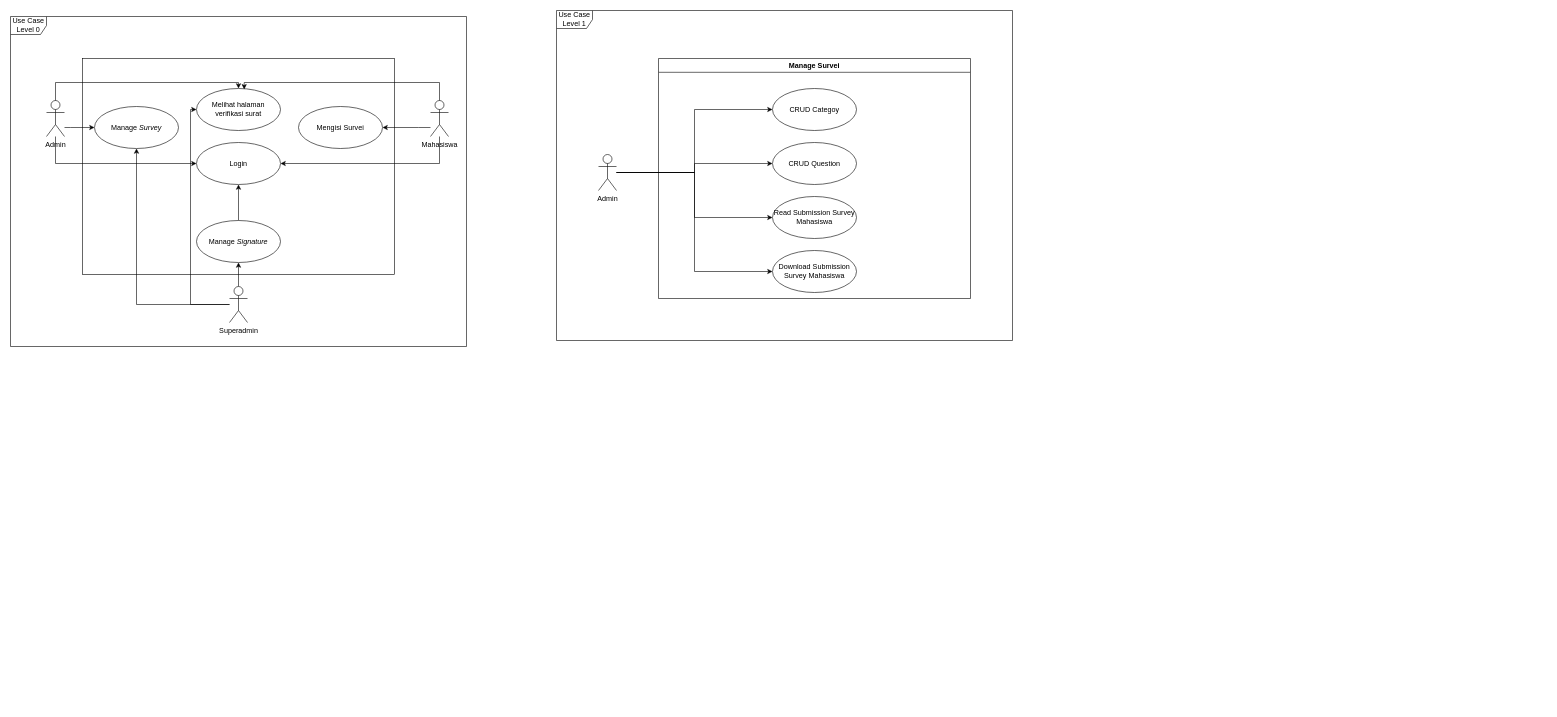
This is Use Case Diagram LISA.drawio from Adamyr159/Adamyr159, a draw.io file, before an edit. Source tidied: cells renumbered, new cells numbered last; positions are measured from the earlier drawing's top-left corner, leaving out a move shared by most shapes. Both pictures are drawn from the tidied source at 60%, with x=0, y=0 at pixel (10, 10).
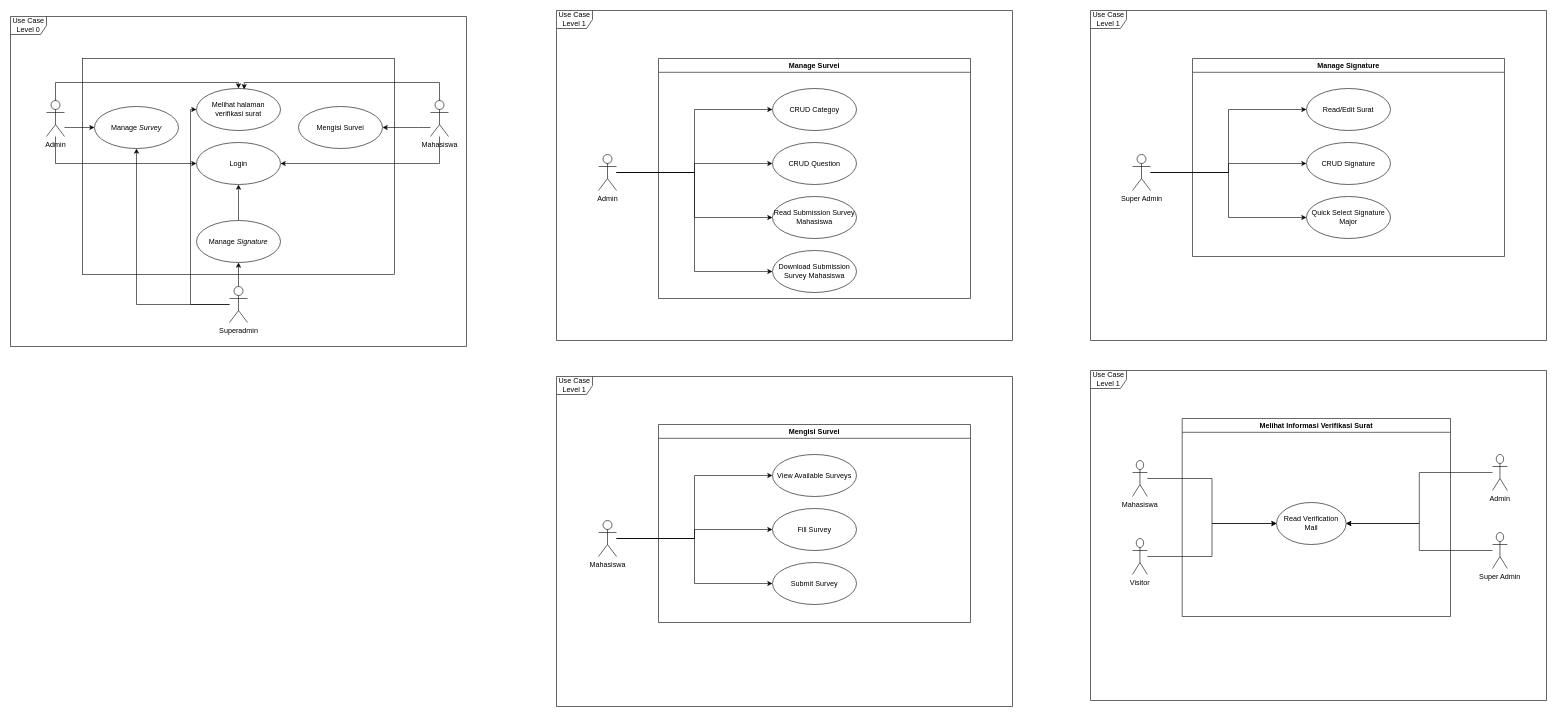
After the change.

The change refers to these unchanged cells:
```xml
<mxCell id="29" value="CRUD Categoy" style="ellipse;whiteSpace=wrap;html=1;" parent="28" vertex="1">
  <mxGeometry x="190" y="50" width="140" height="70" as="geometry" />
</mxCell>
<mxCell id="30" value="CRUD Question" style="ellipse;whiteSpace=wrap;html=1;" parent="28" vertex="1">
  <mxGeometry x="190" y="140" width="140" height="70" as="geometry" />
</mxCell>
<mxCell id="31" value="Read Submission Survey Mahasiswa" style="ellipse;whiteSpace=wrap;html=1;" parent="28" vertex="1">
  <mxGeometry x="190" y="230" width="140" height="70" as="geometry" />
</mxCell>
<mxCell id="32" value="Download Submission Survey Mahasiswa" style="ellipse;whiteSpace=wrap;html=1;" parent="28" vertex="1">
  <mxGeometry x="190" y="320" width="140" height="70" as="geometry" />
</mxCell>
```

Change to the diagram source:
```diff
@@
+    <mxCell id="33" style="group;" parent="1" vertex="1">
+      <mxGeometry x="910" width="760" height="550" as="geometry" />
+    </mxCell>
-    <mxCell id="22" value="Use Case Level 1" style="shape=umlFrame;whiteSpace=wrap;html=1;" parent="1" vertex="1">
-      <mxGeometry x="910" width="760" height="550" as="geometry" />
+    <mxCell id="22" value="Use Case Level 1" style="shape=umlFrame;whiteSpace=wrap;html=1;" parent="33" vertex="1">
+      <mxGeometry width="760" height="550" as="geometry" />
     </mxCell>
-    <mxCell id="23" style="edgeStyle=orthogonalEdgeStyle;rounded=0;jettySize=auto;html=1;entryX=0;entryY=0.5;entryDx=0;entryDy=0;" parent="1" edge="1" source="27" target="29">
+    <mxCell id="23" style="edgeStyle=orthogonalEdgeStyle;rounded=0;jettySize=auto;html=1;entryX=0;entryY=0.5;entryDx=0;entryDy=0;" parent="33" edge="1" source="27" target="29">
       <mxGeometry relative="1" as="geometry" />
     </mxCell>
-    <mxCell id="24" style="edgeStyle=orthogonalEdgeStyle;rounded=0;jettySize=auto;html=1;entryX=0;entryY=0.5;entryDx=0;entryDy=0;" parent="1" edge="1" source="27" target="30">
+    <mxCell id="24" style="edgeStyle=orthogonalEdgeStyle;rounded=0;jettySize=auto;html=1;entryX=0;entryY=0.5;entryDx=0;entryDy=0;" parent="33" edge="1" source="27" target="30">
       <mxGeometry relative="1" as="geometry" />
     </mxCell>
-    <mxCell id="25" style="edgeStyle=orthogonalEdgeStyle;rounded=0;jettySize=auto;html=1;entryX=0;entryY=0.5;entryDx=0;entryDy=0;" parent="1" edge="1" source="27" target="31">
+    <mxCell id="25" style="edgeStyle=orthogonalEdgeStyle;rounded=0;jettySize=auto;html=1;entryX=0;entryY=0.5;entryDx=0;entryDy=0;" parent="33" edge="1" source="27" target="31">
       <mxGeometry relative="1" as="geometry" />
     </mxCell>
-    <mxCell id="26" style="edgeStyle=orthogonalEdgeStyle;rounded=0;jettySize=auto;html=1;entryX=0;entryY=0.5;entryDx=0;entryDy=0;" parent="1" edge="1" source="27" target="32">
+    <mxCell id="26" style="edgeStyle=orthogonalEdgeStyle;rounded=0;jettySize=auto;html=1;entryX=0;entryY=0.5;entryDx=0;entryDy=0;" parent="33" edge="1" source="27" target="32">
       <mxGeometry relative="1" as="geometry" />
     </mxCell>
-    <mxCell id="27" value="Admin" style="shape=umlActor;verticalLabelPosition=bottom;verticalAlign=top;html=1;" parent="1" vertex="1">
-      <mxGeometry x="980" y="240" width="30" height="60" as="geometry" />
+    <mxCell id="27" value="Admin" style="shape=umlActor;verticalLabelPosition=bottom;verticalAlign=top;html=1;" parent="33" vertex="1">
+      <mxGeometry x="70" y="240" width="30" height="60" as="geometry" />
     </mxCell>
-    <mxCell id="28" value="Manage Survei" style="swimlane;" parent="1" vertex="1">
-      <mxGeometry x="1080" y="80" width="520" height="400" as="geometry" />
+    <mxCell id="28" value="Manage Survei" style="swimlane;" parent="33" vertex="1">
+      <mxGeometry x="170" y="80" width="520" height="400" as="geometry" />
     </mxCell>
@@
+    <mxCell id="34" style="group;" parent="1" vertex="1">
+      <mxGeometry x="1800" width="760" height="550" as="geometry" />
+    </mxCell>
+    <mxCell id="35" value="Use Case Level 1" style="shape=umlFrame;whiteSpace=wrap;html=1;" parent="34" vertex="1">
+      <mxGeometry width="760" height="550" as="geometry" />
+    </mxCell>
+    <mxCell id="36" style="group;" parent="34" vertex="1">
+      <mxGeometry x="70" y="80" width="620" height="330" as="geometry" />
+    </mxCell>
+    <mxCell id="37" style="edgeStyle=orthogonalEdgeStyle;rounded=0;jettySize=auto;html=1;entryX=0;entryY=0.5;entryDx=0;entryDy=0;" parent="36" edge="1" source="40" target="42">
+      <mxGeometry relative="1" as="geometry" />
+    </mxCell>
+    <mxCell id="38" style="edgeStyle=orthogonalEdgeStyle;rounded=0;jettySize=auto;html=1;entryX=0;entryY=0.5;entryDx=0;entryDy=0;" parent="36" edge="1" source="40" target="43">
+      <mxGeometry relative="1" as="geometry" />
+    </mxCell>
+    <mxCell id="39" style="edgeStyle=orthogonalEdgeStyle;rounded=0;jettySize=auto;html=1;entryX=0;entryY=0.5;entryDx=0;entryDy=0;" parent="36" edge="1" source="40" target="44">
+      <mxGeometry relative="1" as="geometry" />
+    </mxCell>
+    <mxCell id="40" value="Super Admin" style="shape=umlActor;verticalLabelPosition=bottom;verticalAlign=top;html=1;" parent="36" vertex="1">
+      <mxGeometry y="160" width="30" height="60" as="geometry" />
+    </mxCell>
+    <mxCell id="41" value="Manage Signature" style="swimlane;" parent="36" vertex="1">
+      <mxGeometry x="100" width="520" height="330" as="geometry" />
+    </mxCell>
+    <mxCell id="42" value="Read/Edit Surat" style="ellipse;whiteSpace=wrap;html=1;" parent="41" vertex="1">
+      <mxGeometry x="190" y="50" width="140" height="70" as="geometry" />
+    </mxCell>
+    <mxCell id="43" value="CRUD Signature" style="ellipse;whiteSpace=wrap;html=1;" parent="41" vertex="1">
+      <mxGeometry x="190" y="140" width="140" height="70" as="geometry" />
+    </mxCell>
+    <mxCell id="44" value="Quick Select Signature Major" style="ellipse;whiteSpace=wrap;html=1;" parent="41" vertex="1">
+      <mxGeometry x="190" y="230" width="140" height="70" as="geometry" />
+    </mxCell>
+    <mxCell id="45" style="group;" parent="1" vertex="1">
+      <mxGeometry x="910" y="610" width="760" height="550" as="geometry" />
+    </mxCell>
+    <mxCell id="46" value="Use Case Level 1" style="shape=umlFrame;whiteSpace=wrap;html=1;" parent="45" vertex="1">
+      <mxGeometry width="760" height="550" as="geometry" />
+    </mxCell>
+    <mxCell id="47" style="group;" parent="45" vertex="1">
+      <mxGeometry x="70" y="80" width="620" height="330" as="geometry" />
+    </mxCell>
+    <mxCell id="48" style="edgeStyle=orthogonalEdgeStyle;rounded=0;jettySize=auto;html=1;entryX=0;entryY=0.5;entryDx=0;entryDy=0;" parent="47" edge="1" source="51" target="53">
+      <mxGeometry relative="1" as="geometry" />
+    </mxCell>
+    <mxCell id="49" style="edgeStyle=orthogonalEdgeStyle;rounded=0;jettySize=auto;html=1;entryX=0;entryY=0.5;entryDx=0;entryDy=0;" parent="47" edge="1" source="51" target="54">
+      <mxGeometry relative="1" as="geometry" />
+    </mxCell>
+    <mxCell id="50" style="edgeStyle=orthogonalEdgeStyle;rounded=0;jettySize=auto;html=1;entryX=0;entryY=0.5;entryDx=0;entryDy=0;" parent="47" edge="1" source="51" target="55">
+      <mxGeometry relative="1" as="geometry" />
+    </mxCell>
+    <mxCell id="51" value="Mahasiswa" style="shape=umlActor;verticalLabelPosition=bottom;verticalAlign=top;html=1;" parent="47" vertex="1">
+      <mxGeometry y="160" width="30" height="60" as="geometry" />
+    </mxCell>
+    <mxCell id="52" value="Mengisi Survei" style="swimlane;" parent="47" vertex="1">
+      <mxGeometry x="100" width="520" height="330" as="geometry" />
+    </mxCell>
+    <mxCell id="53" value="View Available Surveys" style="ellipse;whiteSpace=wrap;html=1;" parent="52" vertex="1">
+      <mxGeometry x="190" y="50" width="140" height="70" as="geometry" />
+    </mxCell>
+    <mxCell id="54" value="Fill Survey" style="ellipse;whiteSpace=wrap;html=1;" parent="52" vertex="1">
+      <mxGeometry x="190" y="140" width="140" height="70" as="geometry" />
+    </mxCell>
+    <mxCell id="55" value="Submit Survey" style="ellipse;whiteSpace=wrap;html=1;" parent="52" vertex="1">
+      <mxGeometry x="190" y="230" width="140" height="70" as="geometry" />
+    </mxCell>
+    <mxCell id="56" style="group;" parent="1" vertex="1">
+      <mxGeometry x="1800" y="600" width="760" height="550" as="geometry" />
+    </mxCell>
+    <mxCell id="57" value="Use Case Level 1" style="shape=umlFrame;whiteSpace=wrap;html=1;" parent="56" vertex="1">
+      <mxGeometry width="760" height="550" as="geometry" />
+    </mxCell>
+    <mxCell id="58" style="group;" parent="56" vertex="1">
+      <mxGeometry x="70" y="80" width="530" height="330" as="geometry" />
+    </mxCell>
+    <mxCell id="59" style="edgeStyle=orthogonalEdgeStyle;rounded=0;jettySize=auto;html=1;entryX=0;entryY=0.5;entryDx=0;entryDy=0;" parent="58" edge="1" source="60" target="62">
+      <mxGeometry relative="1" as="geometry" />
+    </mxCell>
+    <mxCell id="60" value="Mahasiswa" style="shape=umlActor;verticalLabelPosition=bottom;verticalAlign=top;html=1;" parent="58" vertex="1">
+      <mxGeometry y="70" width="24.8" height="60" as="geometry" />
+    </mxCell>
+    <mxCell id="61" value="Melihat Informasi Verifikasi Surat" style="swimlane;" parent="58" vertex="1">
+      <mxGeometry x="82.8" width="447.2" height="330" as="geometry" />
+    </mxCell>
+    <mxCell id="62" value="Read Verification Mail" style="ellipse;whiteSpace=wrap;html=1;" parent="61" vertex="1">
+      <mxGeometry x="157.3" y="140" width="115.9" height="70" as="geometry" />
+    </mxCell>
+    <mxCell id="63" style="edgeStyle=orthogonalEdgeStyle;rounded=0;jettySize=auto;html=1;entryX=0;entryY=0.5;entryDx=0;entryDy=0;" parent="58" edge="1" source="64" target="62">
+      <mxGeometry relative="1" as="geometry" />
+    </mxCell>
+    <mxCell id="64" value="Visitor" style="shape=umlActor;verticalLabelPosition=bottom;verticalAlign=top;html=1;" parent="58" vertex="1">
+      <mxGeometry y="200" width="24.8" height="60" as="geometry" />
+    </mxCell>
+    <mxCell id="65" style="edgeStyle=orthogonalEdgeStyle;rounded=0;jettySize=auto;html=1;entryX=1;entryY=0.5;entryDx=0;entryDy=0;" parent="56" edge="1" source="66" target="62">
+      <mxGeometry relative="1" as="geometry" />
+    </mxCell>
+    <mxCell id="66" value="Admin" style="shape=umlActor;verticalLabelPosition=bottom;verticalAlign=top;html=1;" parent="56" vertex="1">
+      <mxGeometry x="670" y="140" width="24.8" height="60" as="geometry" />
+    </mxCell>
+    <mxCell id="67" style="edgeStyle=orthogonalEdgeStyle;rounded=0;jettySize=auto;html=1;entryX=1;entryY=0.5;entryDx=0;entryDy=0;" parent="56" edge="1" source="68" target="62">
+      <mxGeometry relative="1" as="geometry" />
+    </mxCell>
+    <mxCell id="68" value="Super Admin" style="shape=umlActor;verticalLabelPosition=bottom;verticalAlign=top;html=1;" parent="56" vertex="1">
+      <mxGeometry x="670" y="270" width="24.8" height="60" as="geometry" />
+    </mxCell>
```
